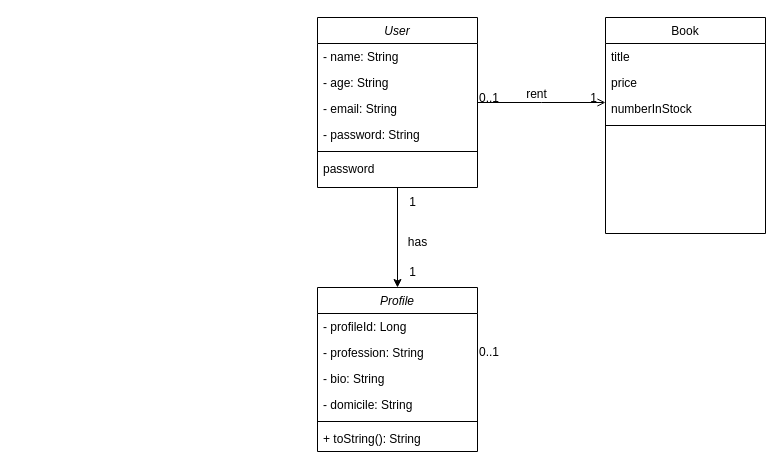
Above: Diagram zonder titel.drawio in greetjeJongen/mySecondTrial (draw.io), before the change. Source tidied: cells renumbered, new cells numbered last; positions are measured from the earlier drawing's top-left corner, leaving out a move shared by most shapes. Both pictures are drawn from the tidied source at 100%, with x=0, y=0 at pixel (317, 17).
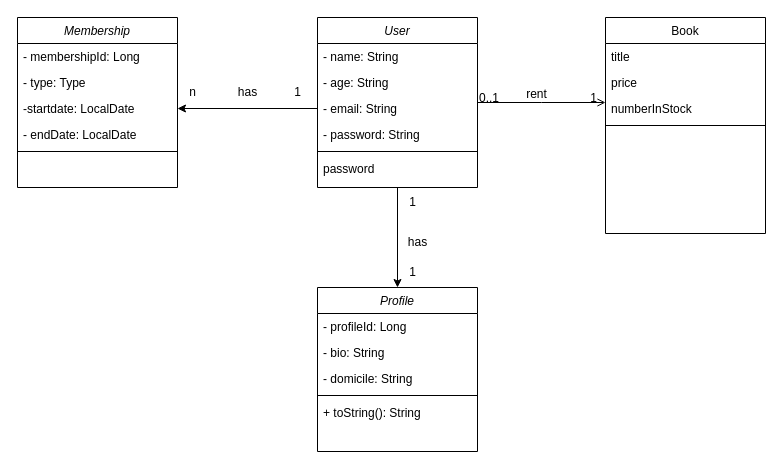
The same page after the edit.

The change refers to these unchanged cells:
```xml
<mxCell id="5" value="- email: String" style="text;align=left;verticalAlign=top;spacingLeft=4;spacingRight=4;overflow=hidden;points=[[0,0.5],[1,0.5]];portConstraint=eastwest;rounded=0;shadow=0;html=0;" parent="2" vertex="1">
  <mxGeometry y="78" width="160" height="26" as="geometry" />
</mxCell>
<mxCell id="18" value="Profile" style="swimlane;fontStyle=2;align=center;verticalAlign=top;horizontal=1;startSize=26;rounded=0;shadow=0;strokeWidth=1;" parent="1" vertex="1">
  <mxGeometry y="270" width="160" height="164" as="geometry" />
</mxCell>
```

What changed in the source:
```diff
@@
-    <mxCell id="20" value="- profession: String" style="text;align=left;verticalAlign=top;spacingLeft=4;spacingRight=4;overflow=hidden;" parent="18" vertex="1">
-      <mxGeometry y="52" width="160" height="26" as="geometry" />
-    </mxCell>
     <mxCell id="21" value="- bio: String" style="text;align=left;verticalAlign=top;spacingLeft=4;spacingRight=4;overflow=hidden;rounded=0;shadow=0;html=0;" parent="18" vertex="1">
-      <mxGeometry y="78" width="160" height="26" as="geometry" />
+      <mxGeometry y="52" width="160" height="26" as="geometry" />
     </mxCell>
     <mxCell id="22" value="- domicile: String" style="text;align=left;verticalAlign=top;spacingLeft=4;spacingRight=4;overflow=hidden;rounded=0;shadow=0;html=0;" parent="18" vertex="1">
-      <mxGeometry y="104" width="160" height="26" as="geometry" />
+      <mxGeometry y="78" width="160" height="26" as="geometry" />
     </mxCell>
     <mxCell id="23" style="line;html=1;strokeWidth=1;align=left;verticalAlign=middle;spacingTop=-1;spacingLeft=3;spacingRight=3;labelPosition=right;" parent="18" vertex="1">
-      <mxGeometry y="130" width="160" height="8" as="geometry" />
+      <mxGeometry y="104" width="160" height="8" as="geometry" />
     </mxCell>
     <mxCell id="24" value="+ toString(): String" style="text;align=left;verticalAlign=top;spacingLeft=4;spacingRight=4;overflow=hidden;" parent="18" vertex="1">
-      <mxGeometry y="138" width="160" height="26" as="geometry" />
+      <mxGeometry y="112" width="160" height="26" as="geometry" />
     </mxCell>
-    <mxCell id="25" value="0..1" style="align=left;verticalAlign=bottom;labelBackgroundColor=none;fontSize=12;" parent="1" vertex="1">
-      <mxGeometry x="160" y="343" as="geometry" />
-    </mxCell>
@@
+    <mxCell id="30" value="Membership" style="swimlane;fontStyle=2;align=center;verticalAlign=top;horizontal=1;startSize=26;rounded=0;shadow=0;strokeWidth=1;" parent="1" vertex="1">
+      <mxGeometry x="-300" width="160" height="170" as="geometry" />
+    </mxCell>
+    <mxCell id="31" value="- membershipId: Long" style="text;align=left;verticalAlign=top;spacingLeft=4;spacingRight=4;overflow=hidden;" parent="30" vertex="1">
+      <mxGeometry y="26" width="160" height="26" as="geometry" />
+    </mxCell>
+    <mxCell id="32" value="- type: Type" style="text;align=left;verticalAlign=top;spacingLeft=4;spacingRight=4;overflow=hidden;rounded=0;shadow=0;html=0;" parent="30" vertex="1">
+      <mxGeometry y="52" width="160" height="26" as="geometry" />
+    </mxCell>
+    <mxCell id="33" value="-startdate: LocalDate" style="text;align=left;verticalAlign=top;spacingLeft=4;spacingRight=4;overflow=hidden;points=[[0,0.5],[1,0.5]];portConstraint=eastwest;rounded=0;shadow=0;html=0;" parent="30" vertex="1">
+      <mxGeometry y="78" width="160" height="26" as="geometry" />
+    </mxCell>
+    <mxCell id="34" value="- endDate: LocalDate" style="text;align=left;verticalAlign=top;spacingLeft=4;spacingRight=4;overflow=hidden;rounded=0;shadow=0;html=0;" parent="30" vertex="1">
+      <mxGeometry y="104" width="160" height="26" as="geometry" />
+    </mxCell>
+    <mxCell id="35" style="line;html=1;strokeWidth=1;align=left;verticalAlign=middle;spacingTop=-1;spacingLeft=3;spacingRight=3;labelPosition=right;" parent="30" vertex="1">
+      <mxGeometry y="130" width="160" height="8" as="geometry" />
+    </mxCell>
+    <mxCell id="36" style="edgeStyle=orthogonalEdgeStyle;rounded=0;jettySize=auto;html=1;exitX=0;exitY=0.5;exitDx=0;exitDy=0;entryX=1;entryY=0.5;entryDx=0;entryDy=0;" parent="1" edge="1" source="5" target="33">
+      <mxGeometry relative="1" as="geometry" />
+    </mxCell>
+    <mxCell id="37" value="n" style="text;html=1;align=center;verticalAlign=middle;strokeColor=none;fillColor=none;" parent="1" vertex="1">
+      <mxGeometry x="-140" y="60" width="30" height="30" as="geometry" />
+    </mxCell>
+    <mxCell id="38" value="has" style="text;html=1;align=center;verticalAlign=middle;strokeColor=none;fillColor=none;" parent="1" vertex="1">
+      <mxGeometry x="-90" y="60" width="40" height="30" as="geometry" />
+    </mxCell>
+    <mxCell id="39" value="1" style="text;html=1;align=center;verticalAlign=middle;strokeColor=none;fillColor=none;" parent="1" vertex="1">
+      <mxGeometry x="-35" y="60" width="30" height="30" as="geometry" />
+    </mxCell>
```
